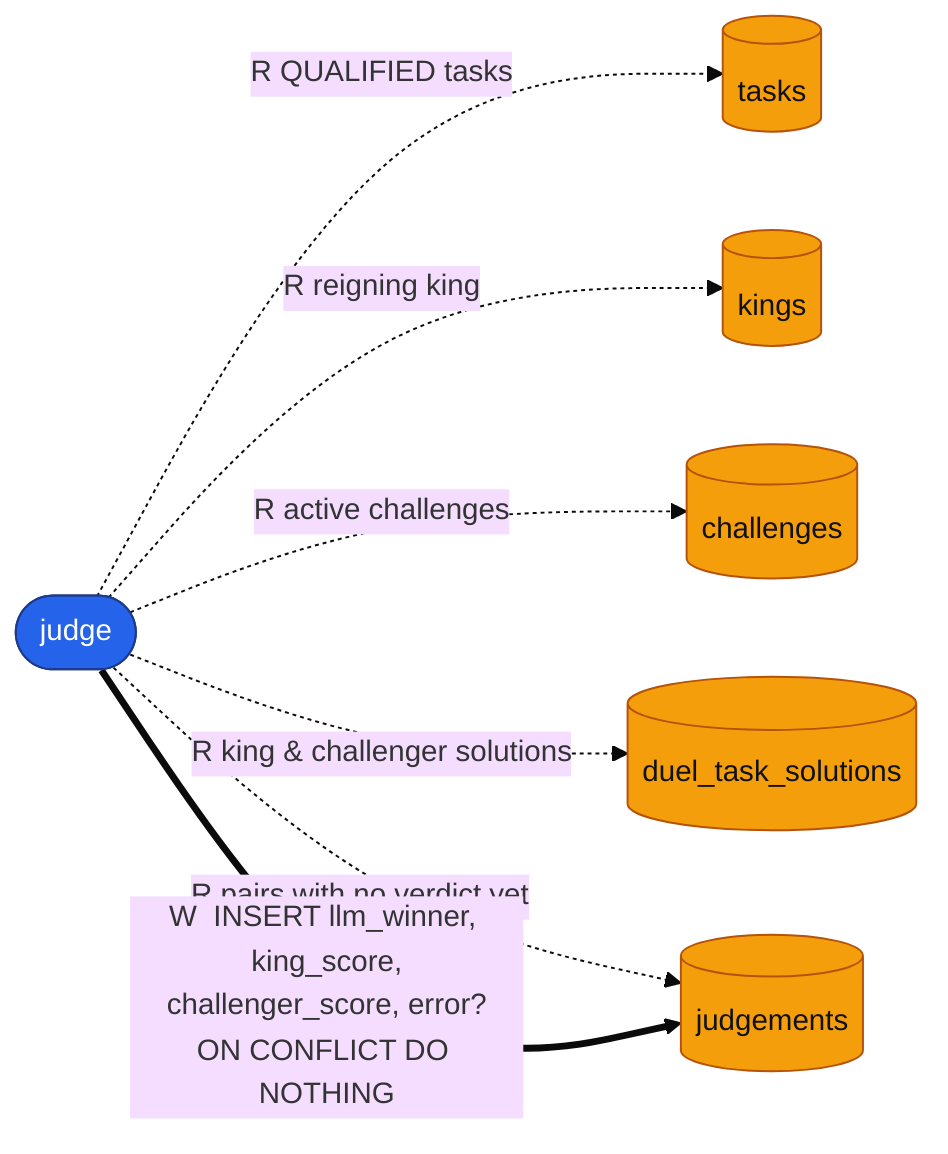
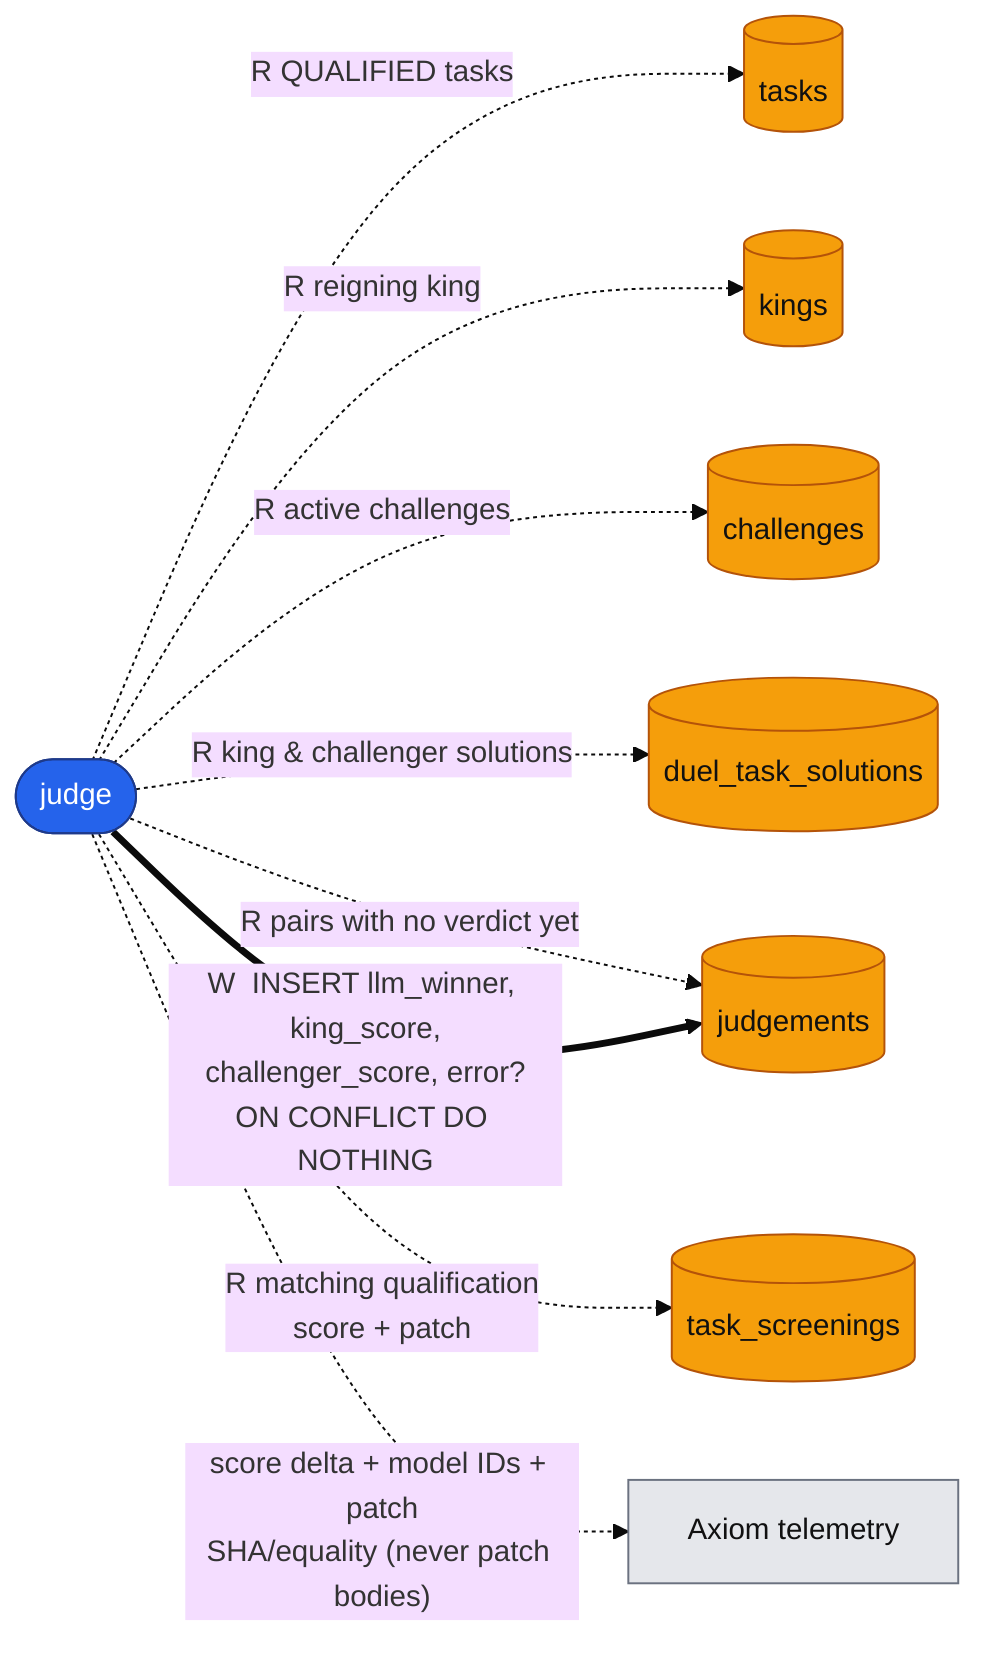
%%{init: {"theme": "base", "themeVariables": {"fontSize": "15px"}}}%%
flowchart LR
    jd(["judge"])
    tasks[("tasks")]
    kings[("kings")]
    chal[("challenges")]
    tsol[("duel_task_solutions")]
+     screen[("task_screenings")]
    judg[("judgements")]
+     axiom["Axiom telemetry"]

    jd -. "R  QUALIFIED tasks" .-> tasks
    jd -. "R  reigning king" .-> kings
    jd -. "R  active challenges" .-> chal
    jd -. "R  king &amp; challenger solutions" .-> tsol
    jd -. "R  pairs with no verdict yet" .-> judg
+     jd -. "R  matching qualification<br/>score + patch" .-> screen
    jd == "W  INSERT llm_winner, king_score,<br/>challenger_score, error?<br/>ON CONFLICT DO NOTHING" ==> judg
+     jd -. "score delta + model IDs + patch<br/>SHA/equality (never patch bodies)" .-> axiom

    classDef worker fill:#2563eb,stroke:#1e3a8a,color:#fff;
    classDef store fill:#f59e0b,stroke:#b45309,color:#111;
+     classDef ext fill:#e5e7eb,stroke:#6b7280,color:#111;
    class jd worker;
-     class tasks,kings,chal,tsol,judg store;
+     class tasks,kings,chal,tsol,screen,judg store;
+     class axiom ext;
